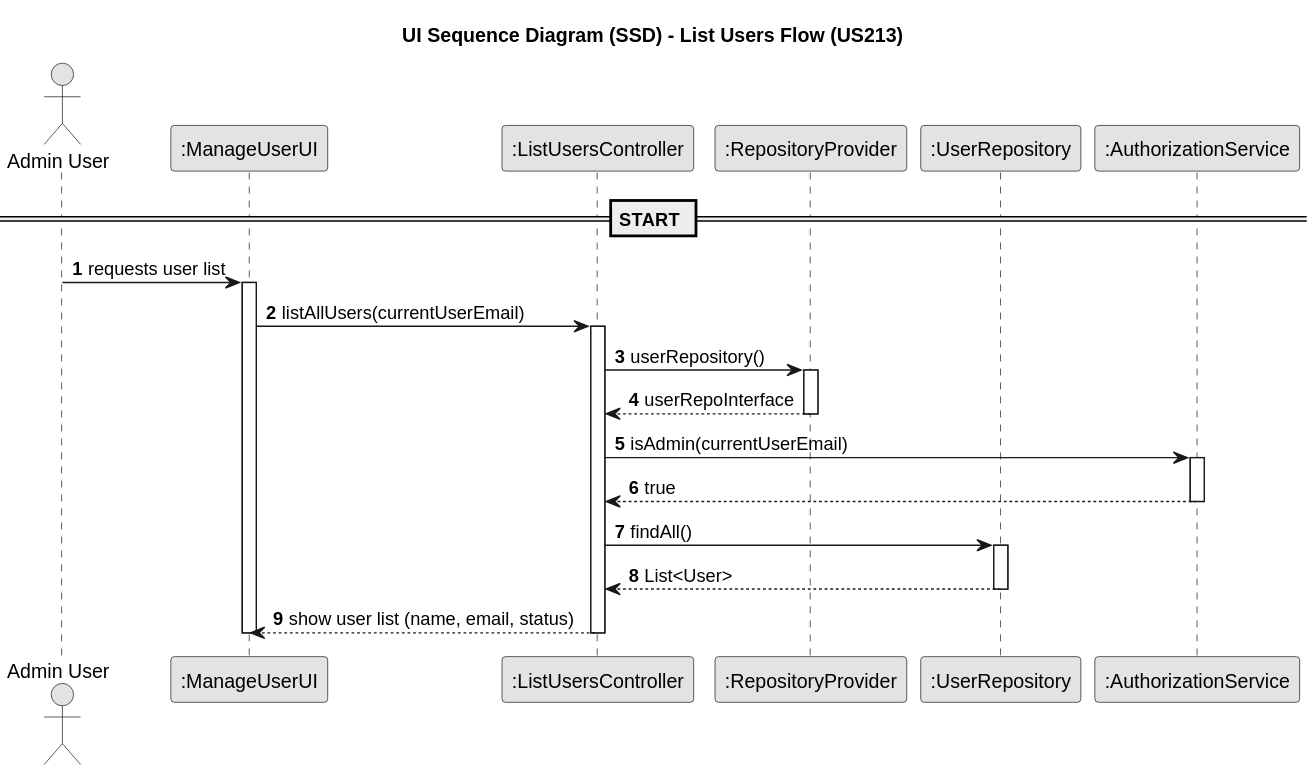
SAEmanuel/Shodrone_ISEP keeps this PlantUML diagram as docs/planning/sprint2/EAPLI/US213 - List Users/03.design/svg/us213-sequence-diagram.svg. Above is the earlier version. Source of this version:
```plantuml
@startuml
skinparam monochrome true
skinparam packageStyle rectangle
skinparam shadowing false

title UI Sequence Diagram (SSD) - List Users Flow (US213)

autonumber

actor "Admin User" as user
participant ":ManageUserUI" as UI
participant ":ListUsersController" as CTRL
participant ":RepositoryProvider" as repoProvider
participant ":UserRepository" as userRepoInterface
participant ":AuthorizationService" as authService

== START ==

user -> UI : requests user list
activate UI
UI -> CTRL : listAllUsers(currentUserEmail)
activate CTRL

CTRL -> repoProvider : userRepository()
activate repoProvider
repoProvider --> CTRL : userRepoInterface
deactivate repoProvider

CTRL -> authService : isAdmin(currentUserEmail)
activate authService
authService --> CTRL : true
deactivate authService

CTRL -> userRepoInterface : findAll()
activate userRepoInterface
userRepoInterface --> CTRL : List<User>
deactivate userRepoInterface

CTRL --> UI : show user list (name, email, status)
deactivate CTRL
deactivate UI
@enduml
```
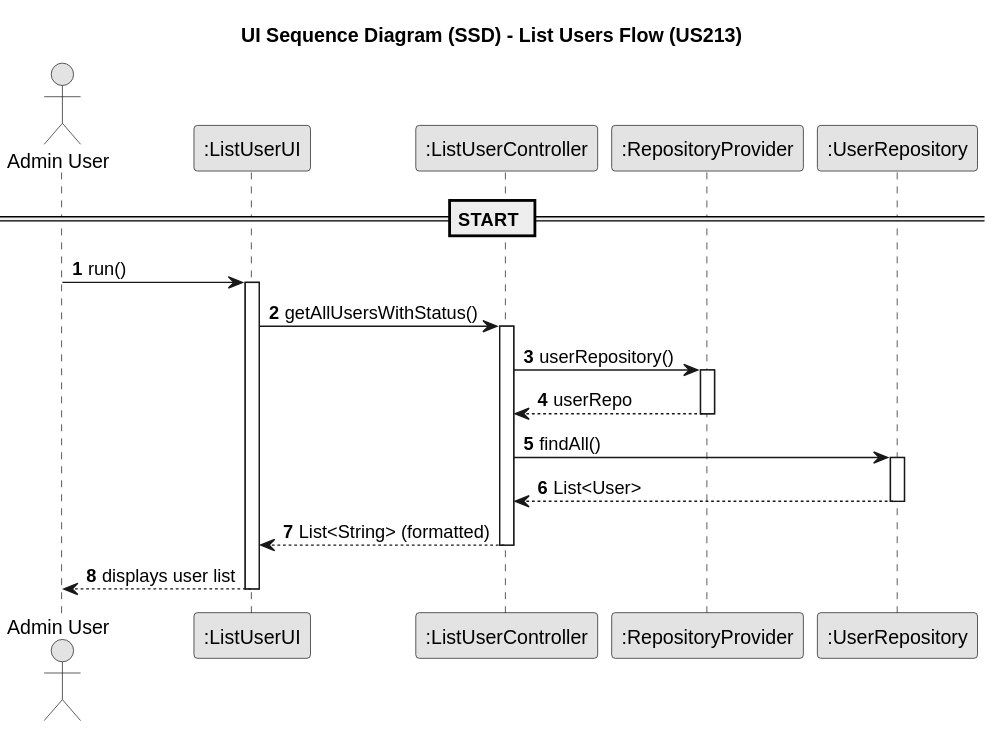
Later version of the same file.

The edit, as a diff of the source:
```diff
@@ -8,35 +8,32 @@
 autonumber
 
 actor "Admin User" as user
-participant ":ManageUserUI" as UI
-participant ":ListUsersController" as CTRL
+participant ":ListUserUI" as UI
+participant ":ListUserController" as Controller
 participant ":RepositoryProvider" as repoProvider
-participant ":UserRepository" as userRepoInterface
-participant ":AuthorizationService" as authService
+participant ":UserRepository" as userRepo
 
 == START ==
 
-user -> UI : requests user list
+user -> UI : run()
 activate UI
-UI -> CTRL : listAllUsers(currentUserEmail)
-activate CTRL
 
-CTRL -> repoProvider : userRepository()
+UI -> Controller : getAllUsersWithStatus()
+activate Controller
+
+Controller -> repoProvider : userRepository()
 activate repoProvider
-repoProvider --> CTRL : userRepoInterface
+repoProvider --> Controller : userRepo
 deactivate repoProvider
 
-CTRL -> authService : isAdmin(currentUserEmail)
-activate authService
-authService --> CTRL : true
-deactivate authService
+Controller -> userRepo : findAll()
+activate userRepo
+userRepo --> Controller : List<User>
+deactivate userRepo
 
-CTRL -> userRepoInterface : findAll()
-activate userRepoInterface
-userRepoInterface --> CTRL : List<User>
-deactivate userRepoInterface
+Controller --> UI : List<String> (formatted)
+deactivate Controller
 
-CTRL --> UI : show user list (name, email, status)
-deactivate CTRL
+UI --> user : displays user list
 deactivate UI
 @enduml
```
